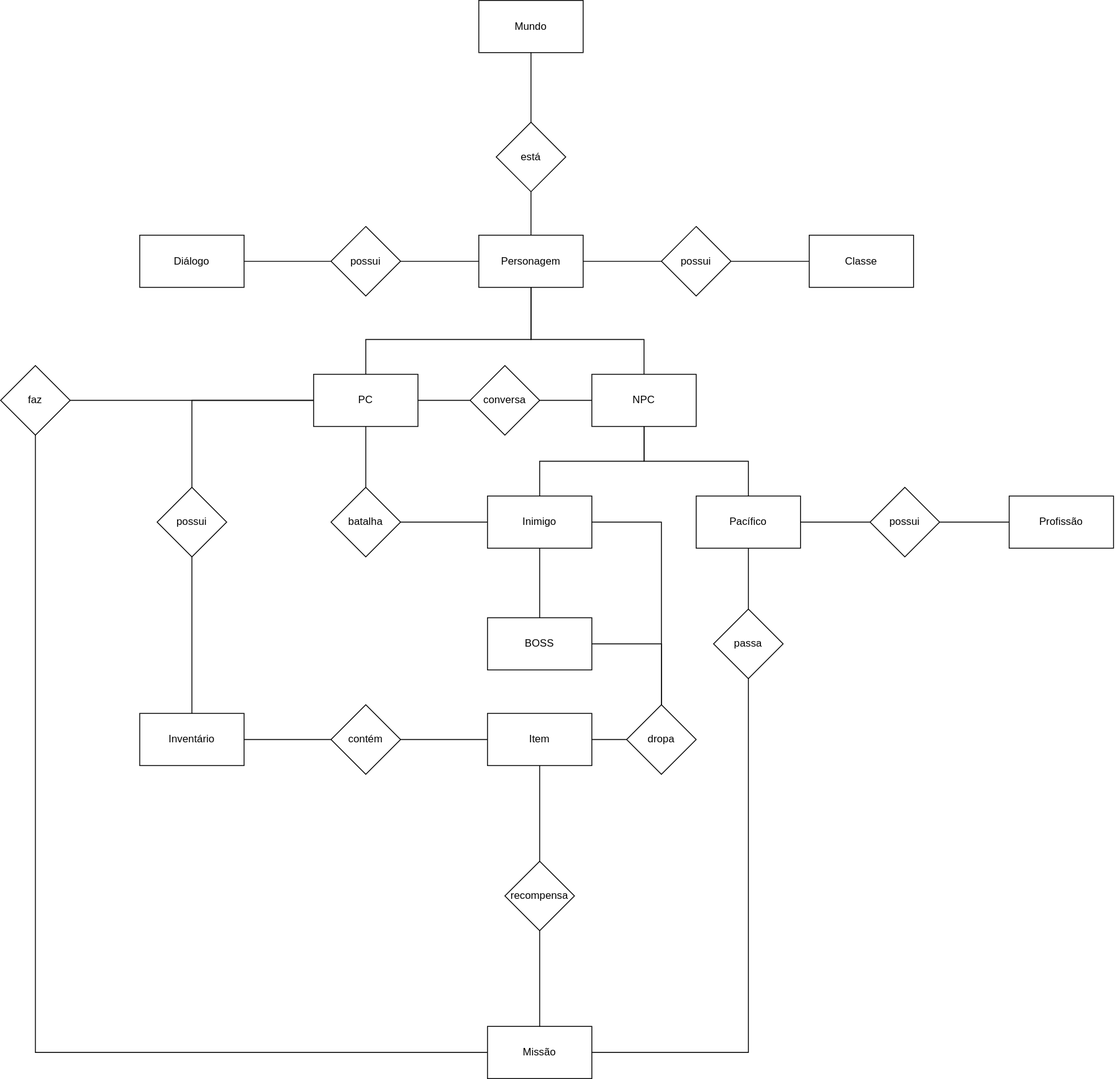
Before: docs/modulo_01/DER.drawio.svg, a diagram exported from draw.io (SBD1/2024.2-D-D-classico). Source tidied: cells renumbered, new cells last; positions are measured from the earlier drawing's top-left corner, leaving out a move shared by most shapes.
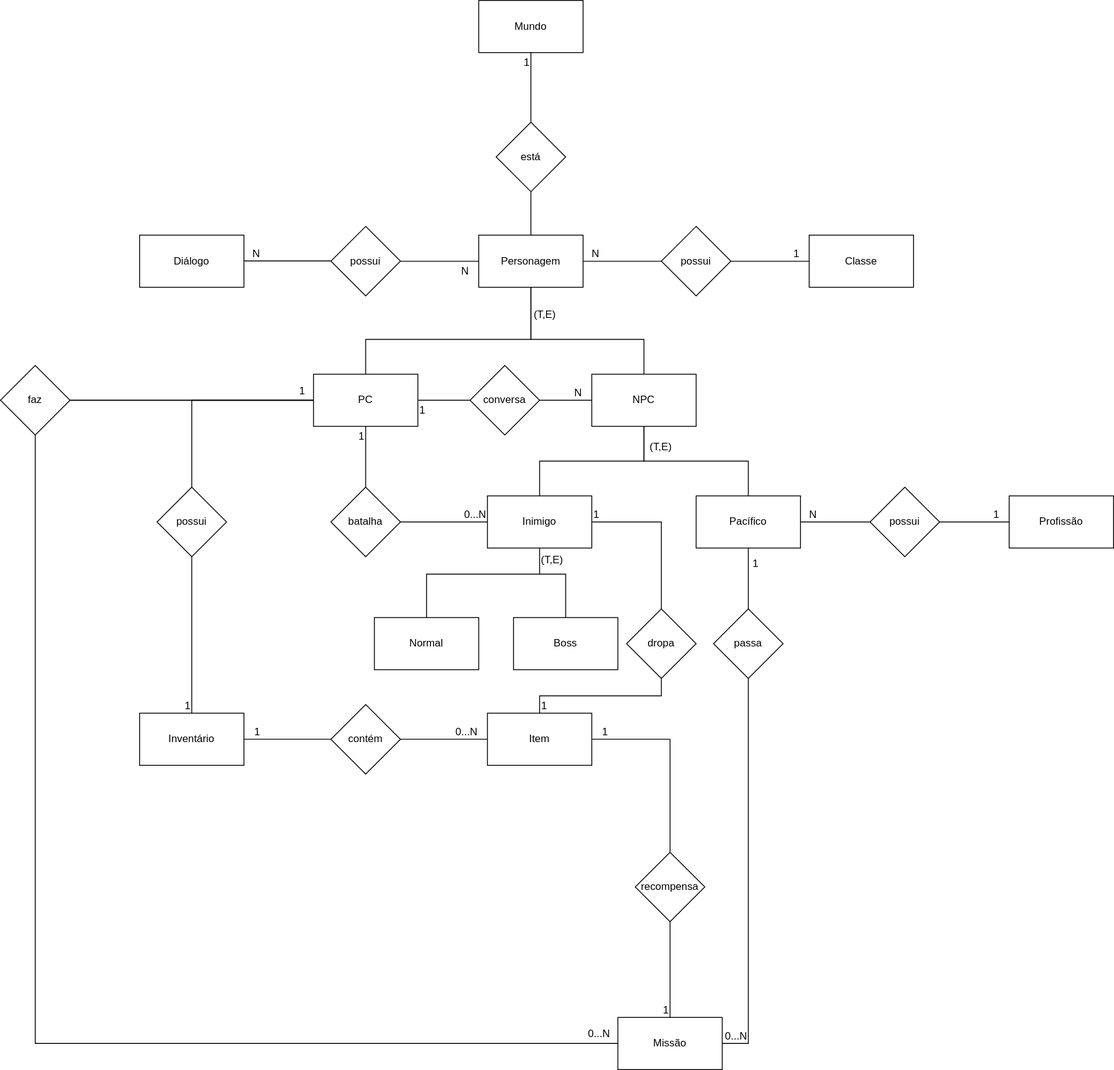
Above is the later version.

Commit message:
adiciona cardinalidade

Change to the diagram source:
```diff
@@ -2,9 +2,6 @@
   <root>
     <mxCell id="0" />
     <mxCell id="1" parent="0" />
-    <mxCell id="2" style="edgeStyle=orthogonalEdgeStyle;rounded=0;jettySize=auto;html=1;endArrow=none;endFill=0;" parent="1" edge="1" source="3" target="5">
-      <mxGeometry relative="1" as="geometry" />
-    </mxCell>
     <mxCell id="3" value="Mundo" style="rounded=0;whiteSpace=wrap;html=1;" parent="1" vertex="1">
       <mxGeometry x="550" width="120" height="60" as="geometry" />
     </mxCell>
@@ -30,22 +27,9 @@
         </Array>
       </mxGeometry>
     </mxCell>
-    <mxCell id="8" style="edgeStyle=orthogonalEdgeStyle;rounded=0;jettySize=auto;html=1;endArrow=none;endFill=0;" parent="1" edge="1" source="10" target="39">
-      <mxGeometry relative="1" as="geometry" />
-    </mxCell>
-    <mxCell id="9" style="edgeStyle=orthogonalEdgeStyle;rounded=0;jettySize=auto;html=1;endArrow=none;endFill=0;" parent="1" edge="1" source="10" target="47">
-      <mxGeometry relative="1" as="geometry" />
-    </mxCell>
     <mxCell id="10" value="Personagem" style="whiteSpace=wrap;html=1;rounded=0;" parent="1" vertex="1">
       <mxGeometry x="550" y="270" width="120" height="60" as="geometry" />
     </mxCell>
-    <mxCell id="11" style="edgeStyle=orthogonalEdgeStyle;rounded=0;jettySize=auto;html=1;endArrow=none;endFill=0;" parent="1" edge="1" source="15" target="26">
-      <mxGeometry relative="1" as="geometry">
-        <Array as="points">
-          <mxPoint x="420" y="600" />
-        </Array>
-      </mxGeometry>
-    </mxCell>
     <mxCell id="12" style="edgeStyle=orthogonalEdgeStyle;rounded=0;jettySize=auto;html=1;endArrow=none;endFill=0;" parent="1" edge="1" source="15" target="30">
       <mxGeometry relative="1" as="geometry" />
     </mxCell>
@@ -68,11 +52,13 @@
       <mxGeometry x="680" y="430" width="120" height="60" as="geometry" />
     </mxCell>
     <mxCell id="19" style="edgeStyle=orthogonalEdgeStyle;rounded=0;jettySize=auto;html=1;endArrow=none;endFill=0;" parent="1" edge="1" source="21" target="28">
-      <mxGeometry relative="1" as="geometry" />
+      <mxGeometry relative="1" as="geometry">
+        <Array as="points">
+          <mxPoint x="620" y="660" />
+          <mxPoint x="650" y="660" />
+        </Array>
+      </mxGeometry>
     </mxCell>
-    <mxCell id="20" style="edgeStyle=orthogonalEdgeStyle;rounded=0;jettySize=auto;html=1;endArrow=none;endFill=0;" parent="1" edge="1" source="21" target="34">
-      <mxGeometry relative="1" as="geometry" />
-    </mxCell>
     <mxCell id="21" value="Inimigo" style="whiteSpace=wrap;html=1;rounded=0;" parent="1" vertex="1">
       <mxGeometry x="560" y="570" width="120" height="60" as="geometry" />
     </mxCell>
@@ -85,48 +71,27 @@
     <mxCell id="24" value="Pacífico" style="whiteSpace=wrap;html=1;rounded=0;" parent="1" vertex="1">
       <mxGeometry x="800" y="570" width="120" height="60" as="geometry" />
     </mxCell>
-    <mxCell id="25" style="edgeStyle=orthogonalEdgeStyle;rounded=0;jettySize=auto;html=1;exitX=1;exitY=0.5;exitDx=0;exitDy=0;entryX=0;entryY=0.5;entryDx=0;entryDy=0;endArrow=none;endFill=0;" parent="1" edge="1" source="26" target="21">
-      <mxGeometry relative="1" as="geometry" />
-    </mxCell>
     <mxCell id="26" value="batalha" style="rhombus;whiteSpace=wrap;html=1;rounded=0;" parent="1" vertex="1">
       <mxGeometry x="380" y="560" width="80" height="80" as="geometry" />
     </mxCell>
-    <mxCell id="27" style="edgeStyle=orthogonalEdgeStyle;rounded=0;jettySize=auto;html=1;exitX=1;exitY=0.5;exitDx=0;exitDy=0;entryX=0.5;entryY=0;entryDx=0;entryDy=0;endArrow=none;endFill=0;" parent="1" edge="1" source="28" target="34">
-      <mxGeometry relative="1" as="geometry" />
-    </mxCell>
-    <mxCell id="28" value="BOSS" style="whiteSpace=wrap;html=1;rounded=0;" parent="1" vertex="1">
-      <mxGeometry x="560" y="710" width="120" height="60" as="geometry" />
+    <mxCell id="28" value="Boss" style="whiteSpace=wrap;html=1;rounded=0;" parent="1" vertex="1">
+      <mxGeometry x="590" y="710" width="120" height="60" as="geometry" />
     </mxCell>
-    <mxCell id="29" style="edgeStyle=orthogonalEdgeStyle;rounded=0;jettySize=auto;html=1;endArrow=none;endFill=0;" parent="1" edge="1" source="30" target="32">
-      <mxGeometry relative="1" as="geometry" />
-    </mxCell>
     <mxCell id="30" value="possui" style="rhombus;whiteSpace=wrap;html=1;rounded=0;" parent="1" vertex="1">
       <mxGeometry x="180" y="560" width="80" height="80" as="geometry" />
     </mxCell>
-    <mxCell id="31" style="edgeStyle=orthogonalEdgeStyle;rounded=0;jettySize=auto;html=1;endArrow=none;endFill=0;" parent="1" edge="1" source="32" target="37">
-      <mxGeometry relative="1" as="geometry" />
-    </mxCell>
     <mxCell id="32" value="Inventário" style="whiteSpace=wrap;html=1;rounded=0;" parent="1" vertex="1">
       <mxGeometry x="160" y="820" width="120" height="60" as="geometry" />
     </mxCell>
-    <mxCell id="33" style="edgeStyle=orthogonalEdgeStyle;rounded=0;jettySize=auto;html=1;endArrow=none;endFill=0;" parent="1" edge="1" source="34" target="35">
-      <mxGeometry relative="1" as="geometry" />
-    </mxCell>
     <mxCell id="34" value="dropa" style="rhombus;whiteSpace=wrap;html=1;rounded=0;" parent="1" vertex="1">
-      <mxGeometry x="720" y="810" width="80" height="80" as="geometry" />
+      <mxGeometry x="720" y="700" width="80" height="80" as="geometry" />
     </mxCell>
     <mxCell id="35" value="Item" style="whiteSpace=wrap;html=1;rounded=0;" parent="1" vertex="1">
       <mxGeometry x="560" y="820" width="120" height="60" as="geometry" />
     </mxCell>
-    <mxCell id="36" style="edgeStyle=orthogonalEdgeStyle;rounded=0;jettySize=auto;html=1;exitX=1;exitY=0.5;exitDx=0;exitDy=0;entryX=0;entryY=0.5;entryDx=0;entryDy=0;endArrow=none;endFill=0;" parent="1" edge="1" source="37" target="35">
-      <mxGeometry relative="1" as="geometry" />
-    </mxCell>
     <mxCell id="37" value="contém" style="rhombus;whiteSpace=wrap;html=1;rounded=0;" parent="1" vertex="1">
       <mxGeometry x="380" y="810" width="80" height="80" as="geometry" />
     </mxCell>
-    <mxCell id="38" style="edgeStyle=orthogonalEdgeStyle;rounded=0;jettySize=auto;html=1;endArrow=none;endFill=0;" parent="1" edge="1" source="39" target="40">
-      <mxGeometry relative="1" as="geometry" />
-    </mxCell>
     <mxCell id="39" value="possui" style="rhombus;whiteSpace=wrap;html=1;rounded=0;" parent="1" vertex="1">
       <mxGeometry x="380" y="260" width="80" height="80" as="geometry" />
     </mxCell>
@@ -148,9 +113,6 @@
     <mxCell id="45" value="Profissão" style="whiteSpace=wrap;html=1;rounded=0;" parent="1" vertex="1">
       <mxGeometry x="1160" y="570" width="120" height="60" as="geometry" />
     </mxCell>
-    <mxCell id="46" style="edgeStyle=orthogonalEdgeStyle;rounded=0;jettySize=auto;html=1;endArrow=none;endFill=0;" parent="1" edge="1" source="47" target="48">
-      <mxGeometry relative="1" as="geometry" />
-    </mxCell>
     <mxCell id="47" value="possui" style="rhombus;whiteSpace=wrap;html=1;rounded=0;" parent="1" vertex="1">
       <mxGeometry x="760" y="260" width="80" height="80" as="geometry" />
     </mxCell>
@@ -163,11 +125,8 @@
     <mxCell id="50" value="faz" style="rhombus;whiteSpace=wrap;html=1;rounded=0;" parent="1" vertex="1">
       <mxGeometry y="420" width="80" height="80" as="geometry" />
     </mxCell>
-    <mxCell id="51" style="edgeStyle=orthogonalEdgeStyle;rounded=0;jettySize=auto;html=1;endArrow=none;endFill=0;" parent="1" edge="1" source="52" target="56">
-      <mxGeometry relative="1" as="geometry" />
-    </mxCell>
     <mxCell id="52" value="Missão" style="rounded=0;whiteSpace=wrap;html=1;" parent="1" vertex="1">
-      <mxGeometry x="560" y="1180" width="120" height="60" as="geometry" />
+      <mxGeometry x="710" y="1170" width="120" height="60" as="geometry" />
     </mxCell>
     <mxCell id="53" style="edgeStyle=orthogonalEdgeStyle;rounded=0;jettySize=auto;html=1;exitX=0.5;exitY=1;exitDx=0;exitDy=0;entryX=1;entryY=0.5;entryDx=0;entryDy=0;endArrow=none;endFill=0;" parent="1" edge="1" source="54" target="52">
       <mxGeometry relative="1" as="geometry" />
@@ -175,11 +134,190 @@
     <mxCell id="54" value="passa" style="rhombus;whiteSpace=wrap;html=1;rounded=0;" parent="1" vertex="1">
       <mxGeometry x="820" y="700" width="80" height="80" as="geometry" />
     </mxCell>
-    <mxCell id="55" style="edgeStyle=orthogonalEdgeStyle;rounded=0;jettySize=auto;html=1;exitX=0.5;exitY=0;exitDx=0;exitDy=0;entryX=0.5;entryY=1;entryDx=0;entryDy=0;endArrow=none;endFill=0;" parent="1" edge="1" source="56" target="35">
-      <mxGeometry relative="1" as="geometry" />
-    </mxCell>
     <mxCell id="56" value="recompensa" style="rhombus;whiteSpace=wrap;html=1;rounded=0;" parent="1" vertex="1">
-      <mxGeometry x="580" y="990" width="80" height="80" as="geometry" />
+      <mxGeometry x="730" y="980" width="80" height="80" as="geometry" />
     </mxCell>
+    <mxCell id="57" style="endArrow=none;html=1;rounded=0;entryX=0;entryY=0.5;entryDx=0;entryDy=0;" parent="1" edge="1" source="50" target="15">
+      <mxGeometry relative="1" as="geometry" />
+    </mxCell>
+    <mxCell id="46" style="endArrow=none;html=1;rounded=0;exitX=1;exitY=0.5;exitDx=0;exitDy=0;entryX=0;entryY=0.5;entryDx=0;entryDy=0;" parent="1" edge="1" source="47" target="48">
+      <mxGeometry relative="1" as="geometry" />
+    </mxCell>
+    <mxCell id="58" value="1" style="html=1;whiteSpace=wrap;align=right;verticalAlign=bottom;" parent="46" vertex="1">
+      <mxGeometry x="1" relative="1" as="geometry">
+        <mxPoint x="-10" as="offset" />
+      </mxGeometry>
+    </mxCell>
+    <mxCell id="59" style="endArrow=none;html=1;rounded=0;entryX=1;entryY=0.5;entryDx=0;entryDy=0;exitX=0;exitY=0.5;exitDx=0;exitDy=0;" parent="1" edge="1" source="47" target="10">
+      <mxGeometry relative="1" as="geometry" />
+    </mxCell>
+    <mxCell id="60" value="N" style="html=1;whiteSpace=wrap;align=right;verticalAlign=bottom;" parent="59" vertex="1">
+      <mxGeometry x="1" relative="1" as="geometry">
+        <mxPoint x="20" as="offset" />
+      </mxGeometry>
+    </mxCell>
+    <mxCell id="61" style="endArrow=none;html=1;rounded=0;entryX=0.5;entryY=1;entryDx=0;entryDy=0;exitX=0.5;exitY=0;exitDx=0;exitDy=0;" parent="1" edge="1" source="5" target="3">
+      <mxGeometry relative="1" as="geometry" />
+    </mxCell>
+    <mxCell id="62" value="1" style="html=1;whiteSpace=wrap;align=right;verticalAlign=bottom;" parent="61" vertex="1">
+      <mxGeometry x="1" relative="1" as="geometry">
+        <mxPoint y="20" as="offset" />
+      </mxGeometry>
+    </mxCell>
+    <mxCell id="63" style="endArrow=none;html=1;rounded=0;entryX=1;entryY=0.5;entryDx=0;entryDy=0;exitX=0;exitY=0.5;exitDx=0;exitDy=0;" parent="1" edge="1">
+      <mxGeometry relative="1" as="geometry">
+        <mxPoint x="380" y="299.7" as="sourcePoint" />
+        <mxPoint x="280" y="299.7" as="targetPoint" />
+      </mxGeometry>
+    </mxCell>
+    <mxCell id="64" value="N" style="html=1;whiteSpace=wrap;align=right;verticalAlign=bottom;" parent="63" vertex="1">
+      <mxGeometry x="1" relative="1" as="geometry">
+        <mxPoint x="20" as="offset" />
+      </mxGeometry>
+    </mxCell>
+    <mxCell id="65" style="endArrow=none;html=1;rounded=0;exitX=1;exitY=0.5;exitDx=0;exitDy=0;entryX=0;entryY=0.5;entryDx=0;entryDy=0;" parent="1" edge="1" source="39" target="10">
+      <mxGeometry relative="1" as="geometry" />
+    </mxCell>
+    <mxCell id="66" value="N" style="html=1;whiteSpace=wrap;align=right;verticalAlign=bottom;" parent="65" vertex="1">
+      <mxGeometry x="1" relative="1" as="geometry">
+        <mxPoint x="-10" y="20" as="offset" />
+      </mxGeometry>
+    </mxCell>
+    <mxCell id="67" style="endArrow=none;html=1;rounded=0;entryX=0;entryY=0.5;entryDx=0;entryDy=0;" parent="1" edge="1" target="21">
+      <mxGeometry relative="1" as="geometry">
+        <mxPoint x="460" y="600" as="sourcePoint" />
+      </mxGeometry>
+    </mxCell>
+    <mxCell id="68" value="&amp;nbsp;0...N" style="html=1;whiteSpace=wrap;align=right;verticalAlign=bottom;rotation=0;" parent="67" vertex="1">
+      <mxGeometry x="1" relative="1" as="geometry" />
+    </mxCell>
+    <mxCell id="69" style="endArrow=none;html=1;rounded=0;entryX=0.5;entryY=1;entryDx=0;entryDy=0;exitX=0.5;exitY=0;exitDx=0;exitDy=0;" parent="1" edge="1" source="26" target="15">
+      <mxGeometry relative="1" as="geometry" />
+    </mxCell>
+    <mxCell id="70" value="1" style="html=1;whiteSpace=wrap;align=right;verticalAlign=bottom;" parent="69" vertex="1">
+      <mxGeometry x="1" relative="1" as="geometry">
+        <mxPoint y="20" as="offset" />
+      </mxGeometry>
+    </mxCell>
+    <mxCell id="33" style="endArrow=none;html=1;rounded=0;exitX=0.5;exitY=1;exitDx=0;exitDy=0;entryX=0.5;entryY=0;entryDx=0;entryDy=0;" parent="1" edge="1" source="34" target="35">
+      <mxGeometry relative="1" as="geometry">
+        <Array as="points">
+          <mxPoint x="760" y="800" />
+          <mxPoint x="620" y="800" />
+        </Array>
+      </mxGeometry>
+    </mxCell>
+    <mxCell id="71" value="1" style="html=1;whiteSpace=wrap;align=right;verticalAlign=bottom;" parent="33" vertex="1">
+      <mxGeometry x="1" relative="1" as="geometry">
+        <mxPoint x="10" as="offset" />
+      </mxGeometry>
+    </mxCell>
+    <mxCell id="72" style="endArrow=none;html=1;rounded=0;entryX=1;entryY=0.5;entryDx=0;entryDy=0;exitX=0.5;exitY=0;exitDx=0;exitDy=0;" parent="1" edge="1" source="34" target="21">
+      <mxGeometry relative="1" as="geometry">
+        <Array as="points">
+          <mxPoint x="760" y="600" />
+        </Array>
+      </mxGeometry>
+    </mxCell>
+    <mxCell id="73" value="1" style="html=1;whiteSpace=wrap;align=right;verticalAlign=bottom;" parent="72" vertex="1">
+      <mxGeometry x="1" relative="1" as="geometry">
+        <mxPoint x="10" as="offset" />
+      </mxGeometry>
+    </mxCell>
+    <mxCell id="74" style="html=1;whiteSpace=wrap;align=right;verticalAlign=bottom;" parent="1" vertex="1">
+      <mxGeometry x="700" y="610" as="geometry" />
+    </mxCell>
+    <mxCell id="29" style="endArrow=none;html=1;rounded=0;entryX=0.5;entryY=0;entryDx=0;entryDy=0;exitX=0.5;exitY=1;exitDx=0;exitDy=0;" parent="1" edge="1" source="30" target="32">
+      <mxGeometry relative="1" as="geometry" />
+    </mxCell>
+    <mxCell id="75" value="1" style="html=1;whiteSpace=wrap;align=right;verticalAlign=bottom;" parent="29" vertex="1">
+      <mxGeometry x="1" relative="1" as="geometry" />
+    </mxCell>
+    <mxCell id="76" value="1" style="html=1;whiteSpace=wrap;align=left;verticalAlign=bottom;" parent="1" vertex="1">
+      <mxGeometry x="340" y="420" as="geometry">
+        <mxPoint x="2" y="38" as="offset" />
+      </mxGeometry>
+    </mxCell>
+    <mxCell id="77" value="0...N" style="html=1;whiteSpace=wrap;align=left;verticalAlign=bottom;" parent="1" vertex="1">
+      <mxGeometry x="240" y="470" as="geometry">
+        <mxPoint x="434" y="727" as="offset" />
+      </mxGeometry>
+    </mxCell>
+    <mxCell id="36" style="endArrow=none;html=1;rounded=0;exitX=1;exitY=0.5;exitDx=0;exitDy=0;entryX=0;entryY=0.5;entryDx=0;entryDy=0;" parent="1" edge="1" source="37" target="35">
+      <mxGeometry relative="1" as="geometry" />
+    </mxCell>
+    <mxCell id="78" value="0...N" style="html=1;whiteSpace=wrap;align=right;verticalAlign=bottom;" parent="36" vertex="1">
+      <mxGeometry x="1" relative="1" as="geometry">
+        <mxPoint x="-10" as="offset" />
+      </mxGeometry>
+    </mxCell>
+    <mxCell id="79" style="endArrow=none;html=1;rounded=0;entryX=1;entryY=0.5;entryDx=0;entryDy=0;exitX=0;exitY=0.5;exitDx=0;exitDy=0;" parent="1" edge="1" source="37" target="32">
+      <mxGeometry relative="1" as="geometry" />
+    </mxCell>
+    <mxCell id="80" value="1" style="html=1;whiteSpace=wrap;align=right;verticalAlign=bottom;" parent="79" vertex="1">
+      <mxGeometry x="1" relative="1" as="geometry">
+        <mxPoint x="20" as="offset" />
+      </mxGeometry>
+    </mxCell>
+    <mxCell id="81" style="endArrow=none;html=1;rounded=0;exitX=0.5;exitY=0;exitDx=0;exitDy=0;" parent="1" edge="1" source="56">
+      <mxGeometry relative="1" as="geometry">
+        <mxPoint x="680" y="850" as="targetPoint" />
+        <Array as="points">
+          <mxPoint x="770" y="850" />
+          <mxPoint x="680" y="850" />
+        </Array>
+      </mxGeometry>
+    </mxCell>
+    <mxCell id="82" value="1" style="html=1;whiteSpace=wrap;align=right;verticalAlign=bottom;" parent="81" vertex="1">
+      <mxGeometry x="1" relative="1" as="geometry">
+        <mxPoint x="20" as="offset" />
+      </mxGeometry>
+    </mxCell>
+    <mxCell id="83" style="endArrow=none;html=1;rounded=0;exitX=0.5;exitY=1;exitDx=0;exitDy=0;entryX=0.5;entryY=0;entryDx=0;entryDy=0;" parent="1" edge="1" source="56" target="52">
+      <mxGeometry relative="1" as="geometry" />
+    </mxCell>
+    <mxCell id="84" value="1" style="html=1;whiteSpace=wrap;align=right;verticalAlign=bottom;" parent="83" vertex="1">
+      <mxGeometry x="1" relative="1" as="geometry" />
+    </mxCell>
+    <mxCell id="85" value="0...N" style="html=1;whiteSpace=wrap;align=right;verticalAlign=bottom;" parent="1" vertex="1">
+      <mxGeometry x="860" y="1200" as="geometry" />
+    </mxCell>
+    <mxCell id="86" value="1" style="html=1;whiteSpace=wrap;align=right;verticalAlign=bottom;" parent="1" vertex="1">
+      <mxGeometry x="900" y="660" as="geometry">
+        <mxPoint x="-27" y="-4" as="offset" />
+      </mxGeometry>
+    </mxCell>
+    <mxCell id="87" value="1" style="html=1;whiteSpace=wrap;align=right;verticalAlign=bottom;" parent="1" vertex="1">
+      <mxGeometry x="1150" y="600" as="geometry" />
+    </mxCell>
+    <mxCell id="88" value="N" style="html=1;whiteSpace=wrap;align=right;verticalAlign=bottom;" parent="1" vertex="1">
+      <mxGeometry x="940" y="600" as="geometry" />
+    </mxCell>
+    <mxCell id="89" value="N" style="html=1;whiteSpace=wrap;align=right;verticalAlign=bottom;" parent="1" vertex="1">
+      <mxGeometry x="670" y="460" as="geometry" />
+    </mxCell>
+    <mxCell id="90" value="1" style="html=1;whiteSpace=wrap;align=right;verticalAlign=bottom;" parent="1" vertex="1">
+      <mxGeometry x="490" y="480" as="geometry" />
+    </mxCell>
+    <mxCell id="91" value="(T,E)" style="html=1;whiteSpace=wrap;align=right;verticalAlign=bottom;" parent="1" vertex="1">
+      <mxGeometry x="640" y="370" as="geometry" />
+    </mxCell>
+    <mxCell id="92" value="(T,E)" style="text;whiteSpace=wrap;html=1;" parent="1" vertex="1">
+      <mxGeometry x="745" y="500" width="60" height="40" as="geometry" />
+    </mxCell>
+    <mxCell id="93" value="Normal" style="whiteSpace=wrap;html=1;rounded=0;" parent="1" vertex="1">
+      <mxGeometry x="430" y="710" width="120" height="60" as="geometry" />
+    </mxCell>
+    <mxCell id="94" style="endArrow=none;html=1;rounded=0;exitX=0.5;exitY=0;exitDx=0;exitDy=0;" parent="1" edge="1" source="93">
+      <mxGeometry relative="1" as="geometry">
+        <mxPoint x="620" y="660" as="targetPoint" />
+        <Array as="points">
+          <mxPoint x="490" y="660" />
+        </Array>
+      </mxGeometry>
+    </mxCell>
+    <mxCell id="95" value="(T,E)" style="text;whiteSpace=wrap;html=1;" parent="1" vertex="1">
+      <mxGeometry x="620" y="630" width="60" height="30" as="geometry" />
+    </mxCell>
   </root>
 </mxGraphModel>
```
